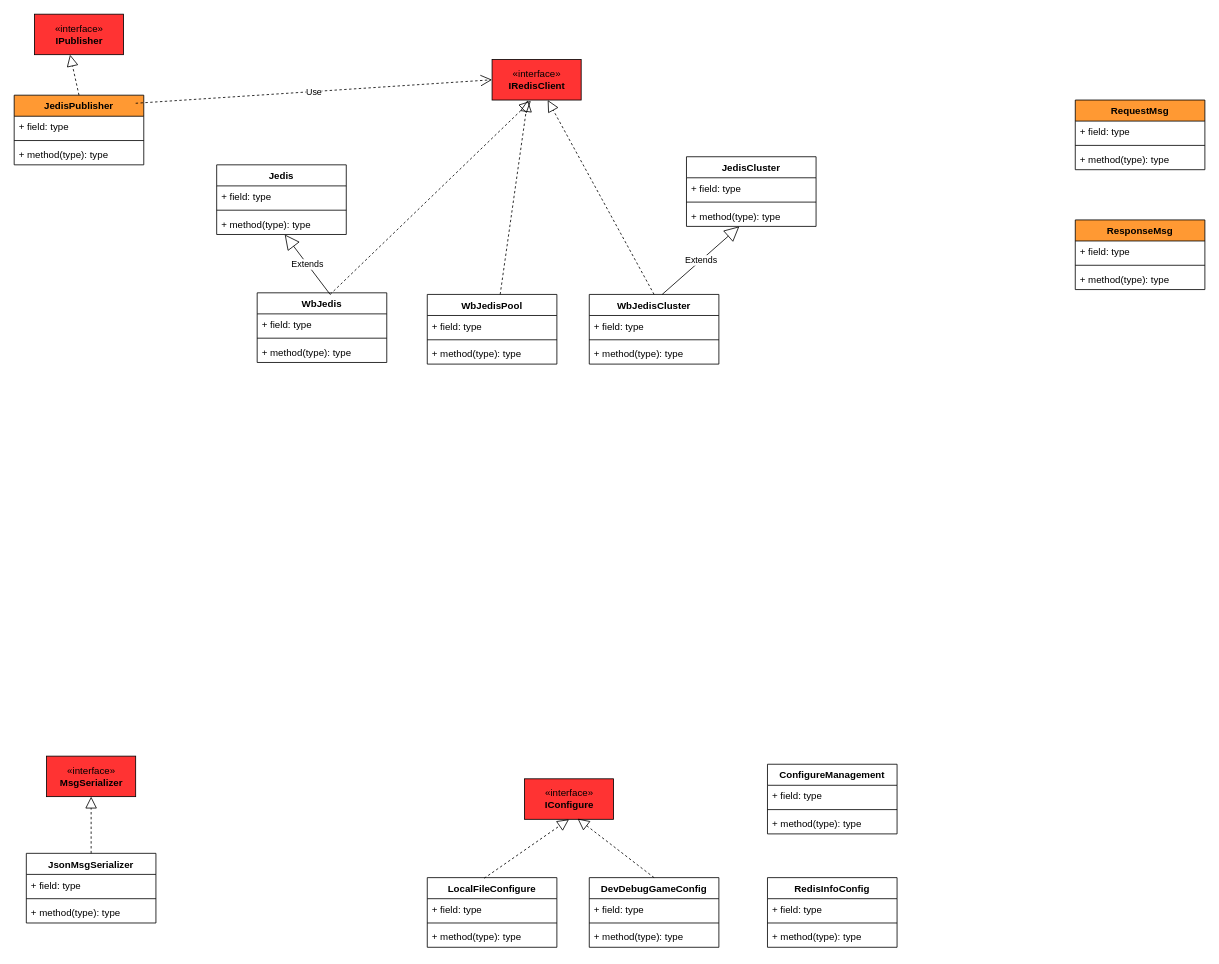
This is page "gateway-sender" (2 of 4) of mq/gateway.drawio from tadsimons/draw, a draw.io file, before an edit. Source tidied: cells renumbered, new cells numbered last; positions are measured from the earlier drawing's top-left corner, leaving out a move shared by most shapes. Both pictures are drawn from the tidied source at 81%, with x=0, y=0 at pixel (14, 14).
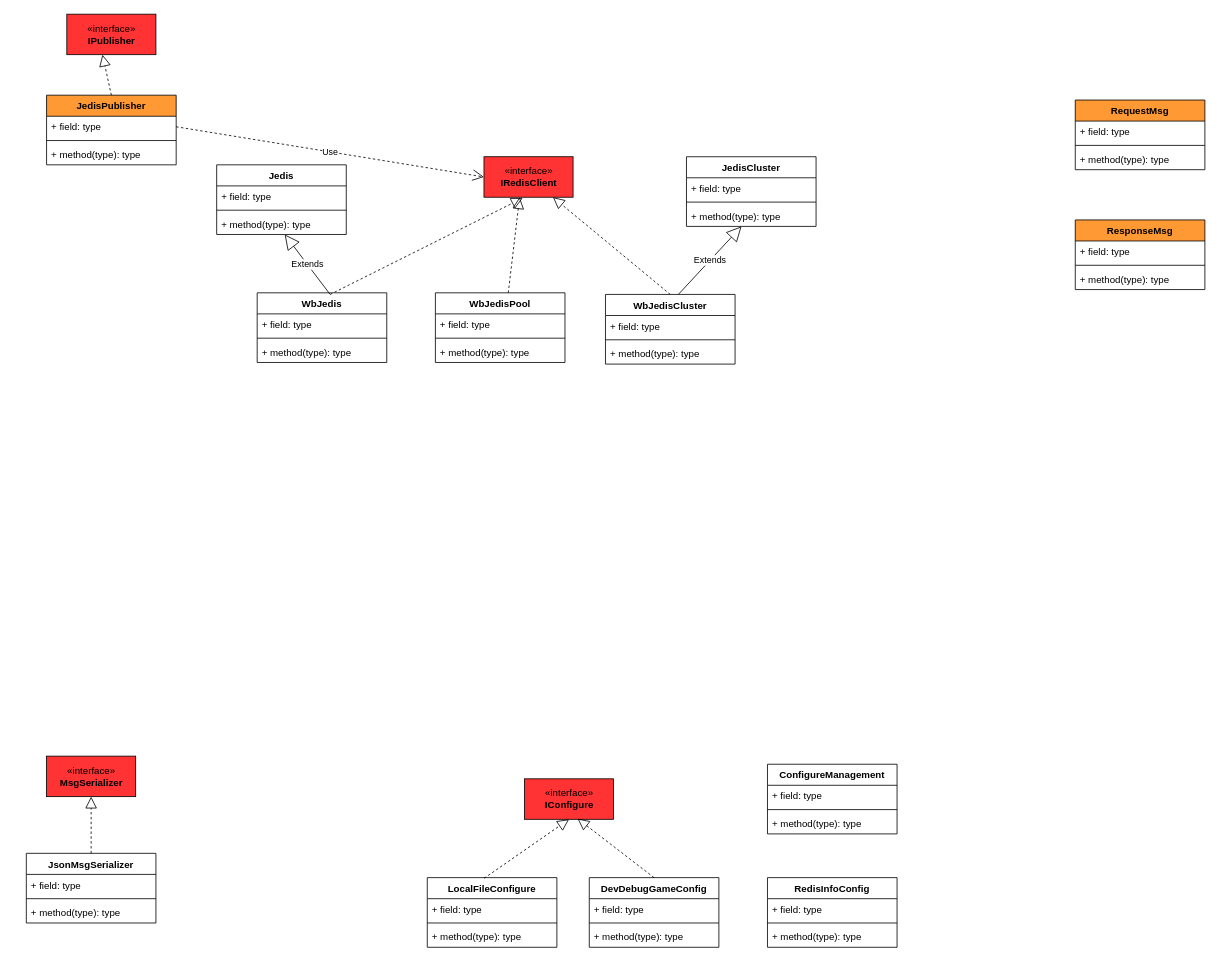
Above is the later version.

The change refers to these unchanged cells:
```xml
<mxCell id="6" value="+ field: type" style="text;strokeColor=none;fillColor=none;align=left;verticalAlign=top;spacingLeft=4;spacingRight=4;overflow=hidden;points=[[0,0.5],[1,0.5]];portConstraint=eastwest;" parent="3" vertex="1">
  <mxGeometry y="26" width="160" height="26" as="geometry" />
</mxCell>
```

The edit, as a diff of the source:
```diff
@@
     <mxCell id="2" value="«interface»&lt;br&gt;&lt;b&gt;IPublisher&lt;/b&gt;" style="html=1;fillColor=#FF3333;" parent="1" vertex="1">
-      <mxGeometry x="25" width="110" height="50" as="geometry" />
+      <mxGeometry x="65" width="110" height="50" as="geometry" />
     </mxCell>
     <mxCell id="3" value="JedisPublisher" style="swimlane;fontStyle=1;align=center;verticalAlign=top;horizontal=1;startSize=26;fillColor=#FF9933;" parent="1" vertex="1">
-      <mxGeometry y="100" width="160" height="86" as="geometry" />
+      <mxGeometry x="40" y="100" width="160" height="86" as="geometry" />
     </mxCell>
@@
-    <mxCell id="5" value="Use" style="endArrow=open;endSize=12;dashed=1;html=1;entryX=0;entryY=0.5;entryDx=0;entryDy=0;" parent="3" edge="1" target="9">
-      <mxGeometry relative="1" as="geometry">
-        <mxPoint x="150" y="10" as="sourcePoint" />
-      </mxGeometry>
-    </mxCell>
@@
     <mxCell id="9" value="«interface»&lt;br&gt;&lt;b&gt;IRedisClient&lt;/b&gt;" style="html=1;fillColor=#FF3333;" parent="1" vertex="1">
-      <mxGeometry x="590" y="56" width="110" height="50" as="geometry" />
+      <mxGeometry x="580" y="176" width="110" height="50" as="geometry" />
     </mxCell>
     <mxCell id="10" value="WbJedisPool" style="swimlane;fontStyle=1;align=center;verticalAlign=top;horizontal=1;startSize=26;" parent="1" vertex="1">
-      <mxGeometry x="510" y="346" width="160" height="86" as="geometry" />
+      <mxGeometry x="520" y="344" width="160" height="86" as="geometry" />
     </mxCell>
@@
     <mxCell id="15" value="WbJedisCluster" style="swimlane;fontStyle=1;align=center;verticalAlign=top;horizontal=1;startSize=26;" parent="1" vertex="1">
-      <mxGeometry x="710" y="346" width="160" height="86" as="geometry" />
+      <mxGeometry x="730" y="346" width="160" height="86" as="geometry" />
     </mxCell>
@@
+    <mxCell id="5" value="Use" style="endArrow=open;endSize=12;dashed=1;html=1;entryX=0;entryY=0.5;entryDx=0;entryDy=0;exitX=1;exitY=0.5;exitDx=0;exitDy=0;" parent="1" edge="1" source="6" target="9">
+      <mxGeometry relative="1" as="geometry" />
+    </mxCell>
```
